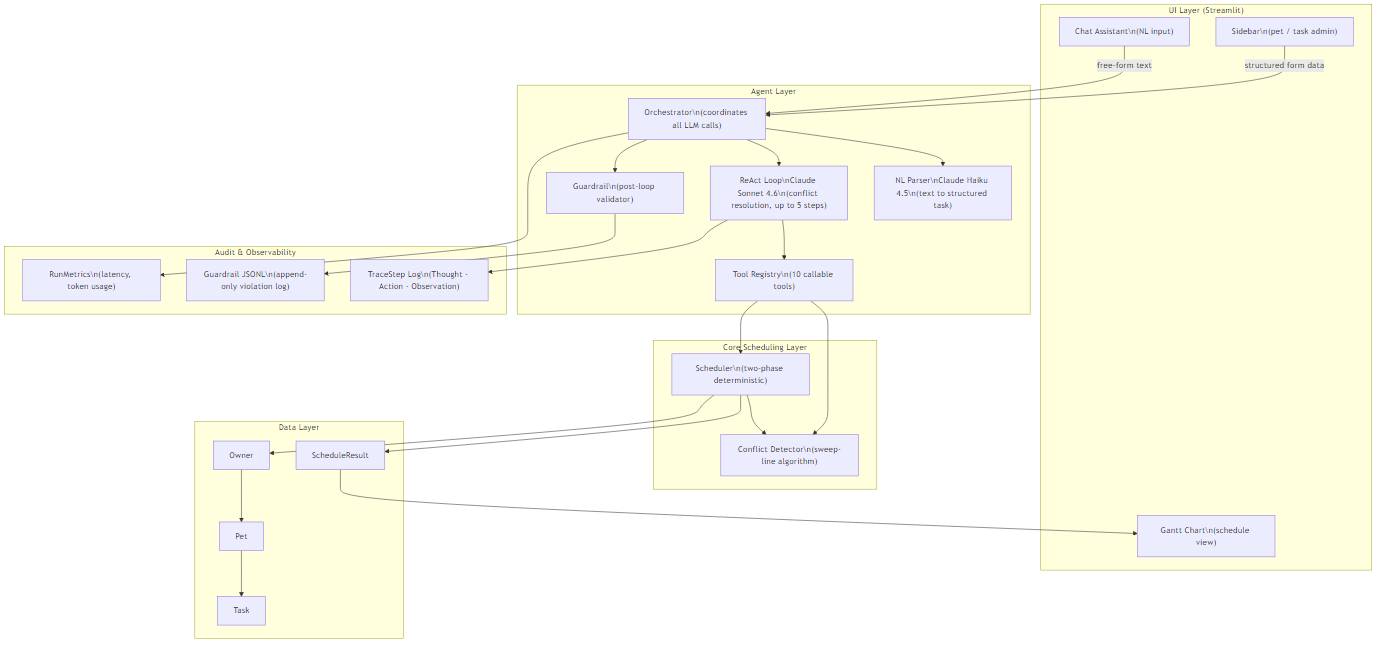
Before: assets/diagram1_architecture.png, a diagram exported from Mermaid (citselva/agentic-pawpal-optimizer). Its source is kept beside it as assets/diagram1_architecture.mmd. The source it was exported from:
```mermaid
graph TB
    subgraph UI["UI Layer (Streamlit)"]
        CHAT["Chat Assistant\n(NL input)"]
        GANTT["Gantt Chart\n(schedule view)"]
        SIDEBAR["Sidebar\n(pet / task admin)"]
    end

    subgraph AGENT["Agent Layer"]
        ORCH["Orchestrator\n(coordinates all LLM calls)"]
        PARSER["NL Parser\nClaude Haiku 4.5\n(text to structured task)"]
        REACT["ReAct Loop\nClaude Sonnet 4.6\n(conflict resolution, up to 5 steps)"]
        GUARD["Guardrail\n(post-loop validator)"]
        TOOLS["Tool Registry\n(10 callable tools)"]
    end

    subgraph CORE["Core Scheduling Layer"]
        SCHED["Scheduler\n(two-phase deterministic)"]
        CONFLICT["Conflict Detector\n(sweep-line algorithm)"]
    end

    subgraph DATA["Data Layer"]
        OWNER["Owner"]
        PET["Pet"]
        TASK["Task"]
        RESULT["ScheduleResult"]
    end

    subgraph AUDIT["Audit & Observability"]
        TRACE["TraceStep Log\n(Thought - Action - Observation)"]
        JSONL["Guardrail JSONL\n(append-only violation log)"]
        METRICS["RunMetrics\n(latency, token usage)"]
    end

    CHAT -->|free-form text| ORCH
    SIDEBAR -->|structured form data| ORCH
    ORCH --> PARSER
    ORCH --> REACT
    ORCH --> GUARD
    REACT --> TOOLS
    TOOLS --> CONFLICT
    TOOLS --> SCHED
    SCHED --> CONFLICT
    SCHED --> RESULT
    RESULT --> GANTT
    GUARD --> JSONL
    REACT --> TRACE
    ORCH --> METRICS
    OWNER --> PET --> TASK
    SCHED --> OWNER
```
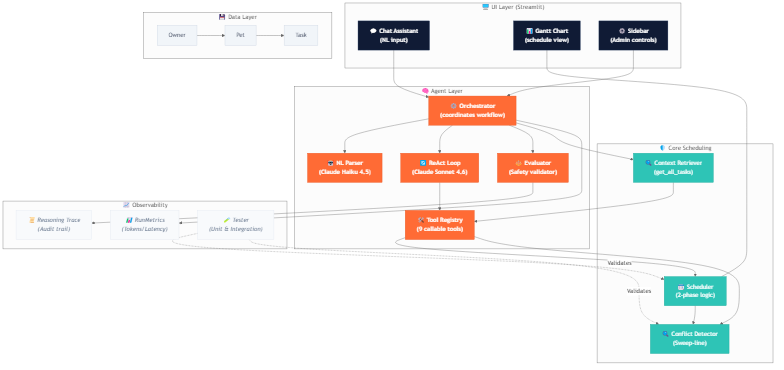
After the commit.

Commit message:
TSK: update docs: add system architecture, data flow, and human-in-the-loop Mermaid diagrams to project documentation

The edit, as a diff of the source:
```diff
@@ -1,49 +1,57 @@
 graph TB
-    subgraph UI["UI Layer (Streamlit)"]
-        CHAT["Chat Assistant\n(NL input)"]
-        GANTT["Gantt Chart\n(schedule view)"]
-        SIDEBAR["Sidebar\n(pet / task admin)"]
+    classDef ui        fill:#101B35,stroke:#1A2E55,color:#FFFFFF,font-weight:bold
+    classDef agent     fill:#FF6B35,stroke:#E8531E,color:#FFFFFF,font-weight:bold
+    classDef core      fill:#2EC4B6,stroke:#1EA89B,color:#FFFFFF
+    classDef data      fill:#F1F5F9,stroke:#CBD5E1,color:#101B35
+    classDef audit     fill:#F8FAFC,stroke:#E2E8F0,color:#64748B,font-style:italic
+
+    subgraph UI["🖥️ UI Layer (Streamlit)"]
+        CHAT["💬 Chat Assistant<br/>(NL input)"]
+        GANTT["📊 Gantt Chart<br/>(schedule view)"]
+        SIDEBAR["⚙️ Sidebar<br/>(Admin controls)"]
     end
 
-    subgraph AGENT["Agent Layer"]
-        ORCH["Orchestrator\n(coordinates all LLM calls)"]
-        PARSER["NL Parser\nClaude Haiku 4.5\n(text to structured task)"]
-        REACT["ReAct Loop\nClaude Sonnet 4.6\n(conflict resolution, up to 5 steps)"]
-        GUARD["Guardrail\n(post-loop validator)"]
-        TOOLS["Tool Registry\n(10 callable tools)"]
+    subgraph AGENT["🧠 Agent Layer"]
+        ORCH["⚙️ Orchestrator<br/>(coordinates workflow)"]
+        PARSER["🤖 NL Parser<br/>(Claude Haiku 4.5)"]
+        REACT["🔄 ReAct Loop<br/>(Claude Sonnet 4.6)"]
+        GUARD["⚖️ Evaluator<br/>(Safety validator)"]
+        TOOLS["🛠️ Tool Registry<br/>(9 callable tools)"]
     end
 
-    subgraph CORE["Core Scheduling Layer"]
-        SCHED["Scheduler\n(two-phase deterministic)"]
-        CONFLICT["Conflict Detector\n(sweep-line algorithm)"]
+    subgraph CORE["🛡️ Core Scheduling"]
+        RETRIEVER["🔍 Context Retriever<br/>(get_all_tasks)"]
+        SCHED["🗓️ Scheduler<br/>(2-phase logic)"]
+        CONFLICT["🔍 Conflict Detector<br/>(Sweep-line)"]
     end
 
-    subgraph DATA["Data Layer"]
+    subgraph DATA["💾 Data Layer"]
         OWNER["Owner"]
         PET["Pet"]
         TASK["Task"]
-        RESULT["ScheduleResult"]
     end
 
-    subgraph AUDIT["Audit & Observability"]
-        TRACE["TraceStep Log\n(Thought - Action - Observation)"]
-        JSONL["Guardrail JSONL\n(append-only violation log)"]
-        METRICS["RunMetrics\n(latency, token usage)"]
+    subgraph AUDIT["📈 Observability"]
+        TRACE["📜 Reasoning Trace<br/>(Audit trail)"]
+        METRICS["📊 RunMetrics<br/>(Tokens/Latency)"]
+        TESTER["🧪 Tester<br/>(Unit & Integration)"]
     end
 
-    CHAT -->|free-form text| ORCH
-    SIDEBAR -->|structured form data| ORCH
-    ORCH --> PARSER
-    ORCH --> REACT
-    ORCH --> GUARD
+    class CHAT,GANTT,SIDEBAR ui
+    class ORCH,PARSER,REACT,GUARD,TOOLS agent
+    class RETRIEVER,SCHED,CONFLICT core
+    class OWNER,PET,TASK data
+    class TRACE,METRICS,TESTER audit
+
+    CHAT & SIDEBAR --> ORCH
+    ORCH --> PARSER & REACT & GUARD
     REACT --> TOOLS
-    TOOLS --> CONFLICT
-    TOOLS --> SCHED
+    ORCH --> RETRIEVER
+    RETRIEVER --> TOOLS
+    TOOLS --> SCHED & CONFLICT
     SCHED --> CONFLICT
-    SCHED --> RESULT
-    RESULT --> GANTT
-    GUARD --> JSONL
-    REACT --> TRACE
+    GANTT --- SCHED
+    GUARD --> TRACE
     ORCH --> METRICS
     OWNER --> PET --> TASK
-    SCHED --> OWNER
+    TESTER -.->|Validates| SCHED & CONFLICT
```
